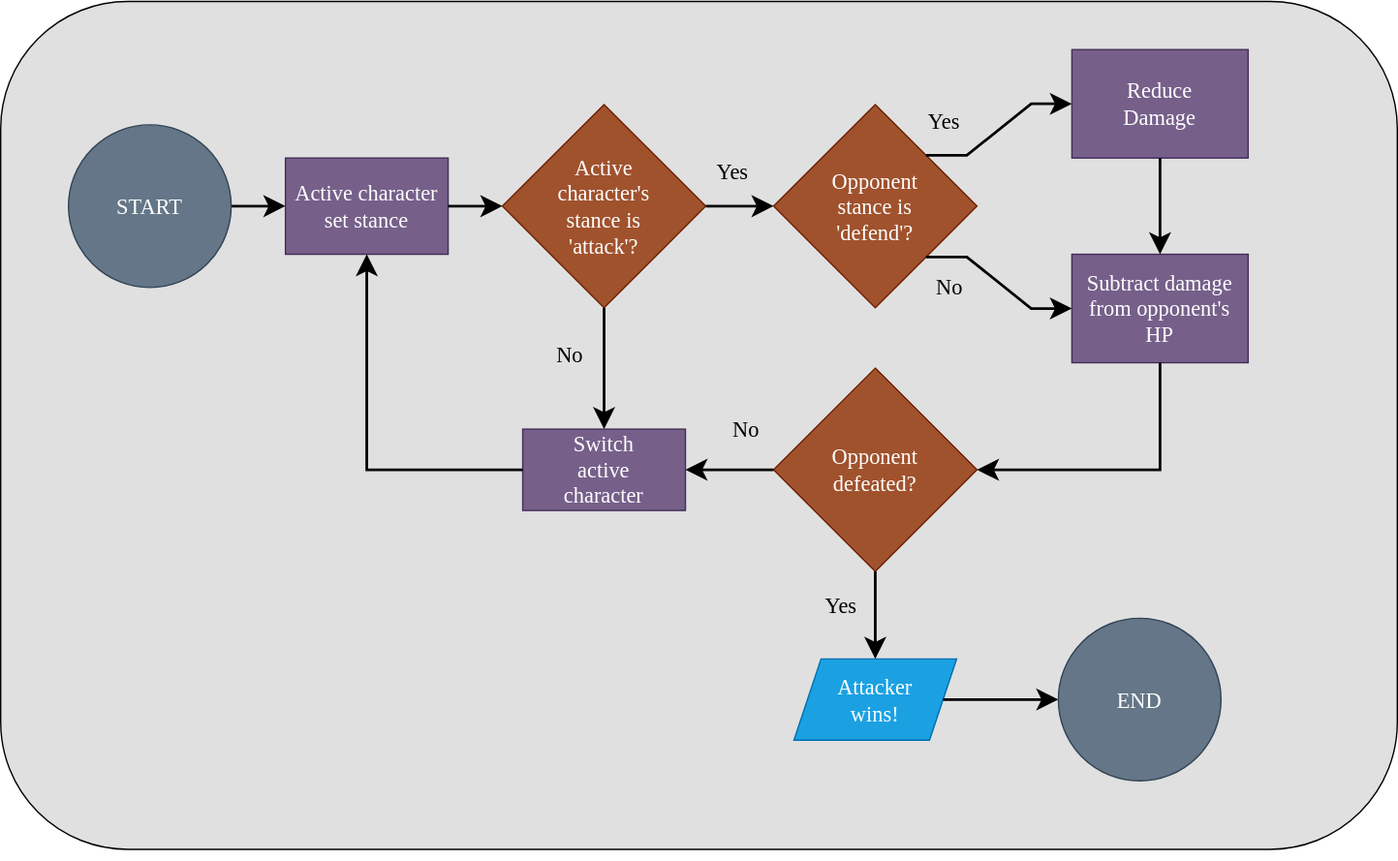
This is practice/unit_4/solutions/exercise_2/flowcharts/exercise_2_3_flowchart.drawio.svg from PdxCodeGuild/Programming102, a draw.io export, as it was before one commit. Source tidied: cells renumbered, new cells last; positions are measured from the earlier drawing's top-left corner, leaving out a move shared by most shapes.
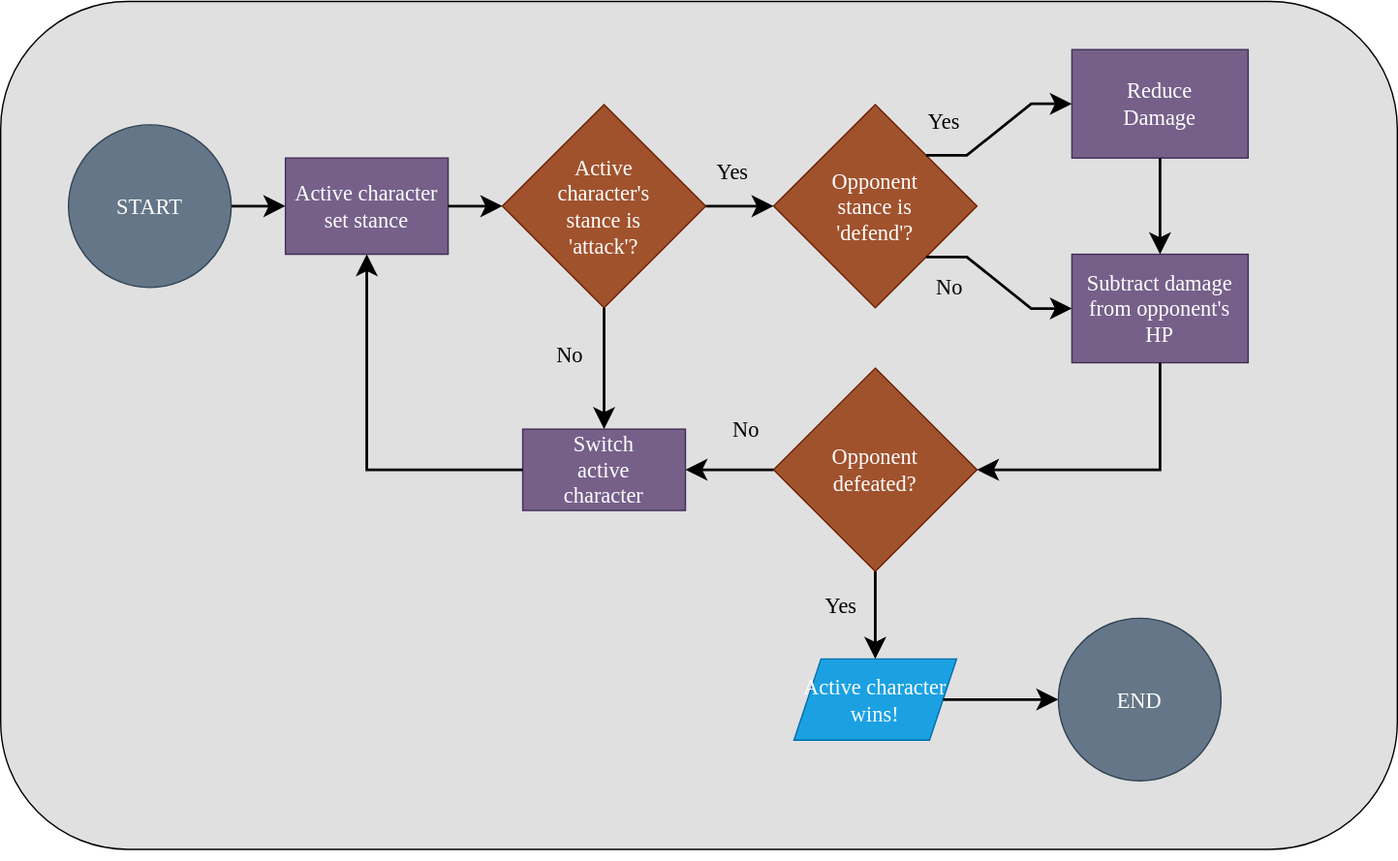
The same diagram one commit later.

Commit message:
change 'attacker' to 'active character'

Diff of the diagram source:
```diff
@@ -17,7 +17,7 @@
     <mxCell id="6" value="Active &lt;br&gt;character's&lt;br&gt;stance is &lt;br&gt;'attack'?" style="rhombus;whiteSpace=wrap;html=1;fillColor=#a0522d;strokeColor=#6D1F00;fontColor=#ffffff;fontSize=16;fontFamily=raleway;fontSource=https%3A%2F%2Ffonts.googleapis.com%2Fcss%3Ffamily%3Draleway;" parent="1" vertex="1">
       <mxGeometry x="370" y="76.5" width="150" height="150" as="geometry" />
     </mxCell>
-    <mxCell id="7" value="Attacker&lt;br&gt;&amp;nbsp;wins!" style="shape=parallelogram;perimeter=parallelogramPerimeter;whiteSpace=wrap;html=1;fixedSize=1;fontSize=16;fillColor=#1ba1e2;strokeColor=#006EAF;fontColor=#ffffff;fontFamily=raleway;fontSource=https%3A%2F%2Ffonts.googleapis.com%2Fcss%3Ffamily%3Draleway;" parent="1" vertex="1">
+    <mxCell id="7" value="Active character&lt;br&gt;&amp;nbsp;wins!" style="shape=parallelogram;perimeter=parallelogramPerimeter;whiteSpace=wrap;html=1;fixedSize=1;fontSize=16;fillColor=#1ba1e2;strokeColor=#006EAF;fontColor=#ffffff;fontFamily=raleway;fontSource=https%3A%2F%2Ffonts.googleapis.com%2Fcss%3Ffamily%3Draleway;" parent="1" vertex="1">
       <mxGeometry x="585" y="485.5" width="120" height="60" as="geometry" />
     </mxCell>
     <mxCell id="8" value="Switch &lt;br&gt;active&lt;br&gt;character" style="rounded=0;whiteSpace=wrap;html=1;fontSize=16;fillColor=#76608a;strokeColor=#432D57;fontColor=#ffffff;fontFamily=raleway;fontSource=https%3A%2F%2Ffonts.googleapis.com%2Fcss%3Ffamily%3Draleway;" parent="1" vertex="1">
```
